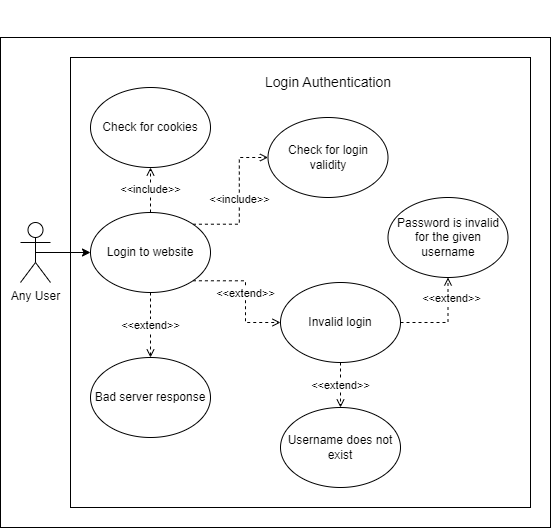
Before: docs/useCases/figs/UseCase4.png, a diagram exported from draw.io (CS3450-Group9/Dans-AutoBarn). Source tidied: cells renumbered, new cells last; positions are measured from the earlier drawing's top-left corner, leaving out a move shared by most shapes.
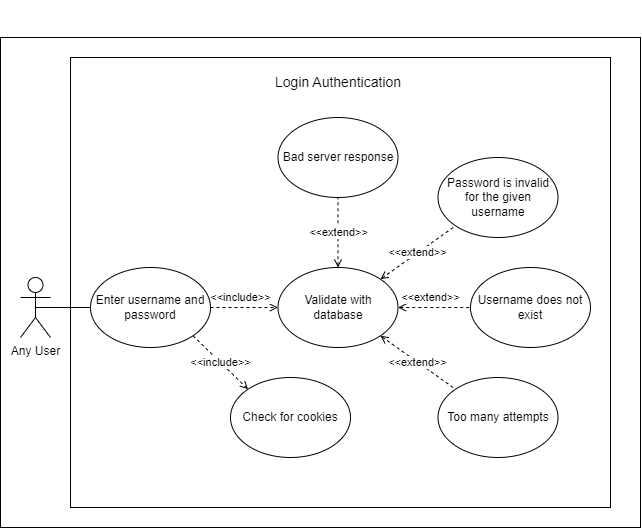
Above is the later version.

Commit message:
Use Case 5 done

Diff of the diagram source:
```diff
@@ -3,10 +3,10 @@
     <mxCell id="0" />
     <mxCell id="1" parent="0" />
     <mxCell id="2" style="rounded=0;whiteSpace=wrap;html=1;" parent="1" vertex="1">
-      <mxGeometry y="30" width="550" height="490" as="geometry" />
+      <mxGeometry x="-10" y="30" width="640" height="490" as="geometry" />
     </mxCell>
     <mxCell id="3" style="rounded=0;whiteSpace=wrap;html=1;" parent="1" vertex="1">
-      <mxGeometry x="70" y="50" width="460" height="450" as="geometry" />
+      <mxGeometry x="60" y="50" width="540" height="450" as="geometry" />
     </mxCell>
     <mxCell id="4" value="&lt;font style=&quot;font-size: 14px;&quot;&gt;Login Authentication&lt;/font&gt;" style="text;whiteSpace=wrap;html=1;align=center;" parent="1" vertex="1">
       <mxGeometry x="227.5" y="60" width="200" height="40" as="geometry" />
@@ -17,52 +17,50 @@
         <mxPoint x="295" as="targetPoint" />
       </mxGeometry>
     </mxCell>
+    <mxCell id="7" style="edgeStyle=none;rounded=0;jettySize=auto;html=1;exitX=0.5;exitY=0.5;exitDx=0;exitDy=0;exitPerimeter=0;entryX=0;entryY=0.5;entryDx=0;entryDy=0;endArrow=none;endFill=0;" parent="1" edge="1" source="6" target="12">
+      <mxGeometry relative="1" as="geometry" />
+    </mxCell>
     <mxCell id="6" value="Any User" style="shape=umlActor;verticalLabelPosition=bottom;verticalAlign=top;html=1;outlineConnect=0;" parent="1" vertex="1">
-      <mxGeometry x="20" y="215" width="30" height="60" as="geometry" />
+      <mxGeometry x="10" y="270" width="30" height="60" as="geometry" />
     </mxCell>
-    <mxCell id="7" style="edgeStyle=orthogonalEdgeStyle;rounded=0;jettySize=auto;html=1;exitX=0.5;exitY=0.5;exitDx=0;exitDy=0;exitPerimeter=0;entryX=0;entryY=0.5;entryDx=0;entryDy=0;" parent="1" edge="1" source="6" target="12">
-      <mxGeometry relative="1" as="geometry" />
-    </mxCell>
-    <mxCell id="8" value="&amp;lt;&amp;lt;include&amp;gt;&amp;gt;" style="edgeStyle=orthogonalEdgeStyle;rounded=0;jettySize=auto;html=1;exitX=1;exitY=0;exitDx=0;exitDy=0;entryX=0;entryY=0.5;entryDx=0;entryDy=0;dashed=1;endArrow=open;endFill=0;" parent="1" edge="1" source="12" target="13">
-      <mxGeometry relative="1" as="geometry" />
+    <mxCell id="8" value="&amp;lt;&amp;lt;include&amp;gt;&amp;gt;" style="edgeStyle=none;rounded=0;jettySize=auto;html=1;exitX=1;exitY=0.5;exitDx=0;exitDy=0;entryX=0;entryY=0.5;entryDx=0;entryDy=0;endArrow=open;endFill=0;dashed=1;" parent="1" edge="1" source="12" target="13">
+      <mxGeometry x="-0.11" y="10" relative="1" as="geometry" />
     </mxCell>
-    <mxCell id="9" value="&amp;lt;&amp;lt;extend&amp;gt;&amp;gt;" style="edgeStyle=orthogonalEdgeStyle;rounded=0;jettySize=auto;html=1;exitX=1;exitY=1;exitDx=0;exitDy=0;entryX=0;entryY=0.5;entryDx=0;entryDy=0;dashed=1;endArrow=open;endFill=0;" parent="1" edge="1" source="12" target="16">
-      <mxGeometry relative="1" as="geometry" />
-    </mxCell>
-    <mxCell id="10" value="&amp;lt;&amp;lt;extend&amp;gt;&amp;gt;" style="edgeStyle=orthogonalEdgeStyle;rounded=0;jettySize=auto;html=1;exitX=0.5;exitY=1;exitDx=0;exitDy=0;entryX=0.5;entryY=0;entryDx=0;entryDy=0;dashed=1;endArrow=open;endFill=0;" parent="1" edge="1" source="12" target="17">
-      <mxGeometry relative="1" as="geometry" />
-    </mxCell>
-    <mxCell id="11" value="&amp;lt;&amp;lt;include&amp;gt;&amp;gt;" style="edgeStyle=orthogonalEdgeStyle;rounded=0;jettySize=auto;html=1;exitX=0.5;exitY=0;exitDx=0;exitDy=0;entryX=0.5;entryY=1;entryDx=0;entryDy=0;dashed=1;endArrow=open;endFill=0;" parent="1" edge="1" source="12" target="20">
+    <mxCell id="11" value="&amp;lt;&amp;lt;include&amp;gt;&amp;gt;" style="edgeStyle=none;rounded=0;jettySize=auto;html=1;exitX=1;exitY=1;exitDx=0;exitDy=0;entryX=0;entryY=0;entryDx=0;entryDy=0;dashed=1;startArrow=none;startFill=0;endArrow=open;endFill=0;" parent="1" edge="1" source="12" target="20">
       <mxGeometry relative="1" as="geometry" />
     </mxCell>
-    <mxCell id="12" value="Login to website" style="ellipse;whiteSpace=wrap;html=1;" parent="1" vertex="1">
-      <mxGeometry x="90" y="205" width="120" height="80" as="geometry" />
+    <mxCell id="12" value="Enter username and password" style="ellipse;whiteSpace=wrap;html=1;" parent="1" vertex="1">
+      <mxGeometry x="80" y="260" width="120" height="80" as="geometry" />
     </mxCell>
+    <mxCell id="21" value="&amp;lt;&amp;lt;extend&amp;gt;&amp;gt;" style="edgeStyle=orthogonalEdgeStyle;rounded=0;jettySize=auto;html=1;exitX=0.5;exitY=0;exitDx=0;exitDy=0;entryX=0.5;entryY=1;entryDx=0;entryDy=0;dashed=1;endArrow=none;endFill=0;startArrow=open;startFill=0;" parent="1" edge="1" source="13" target="17">
+      <mxGeometry relative="1" as="geometry" />
+    </mxCell>
+    <mxCell id="22" value="&amp;lt;&amp;lt;extend&amp;gt;&amp;gt;" style="rounded=0;jettySize=auto;html=1;exitX=1;exitY=0;exitDx=0;exitDy=0;entryX=0;entryY=1;entryDx=0;entryDy=0;dashed=1;endArrow=none;endFill=0;startArrow=open;startFill=0;" parent="1" edge="1" source="13" target="19">
+      <mxGeometry relative="1" as="geometry" />
+    </mxCell>
+    <mxCell id="23" value="&amp;lt;&amp;lt;extend&amp;gt;&amp;gt;" style="edgeStyle=orthogonalEdgeStyle;rounded=0;jettySize=auto;html=1;exitX=1;exitY=0.5;exitDx=0;exitDy=0;entryX=0;entryY=0.5;entryDx=0;entryDy=0;dashed=1;endArrow=none;endFill=0;startArrow=open;startFill=0;" parent="1" edge="1" source="13" target="18">
+      <mxGeometry x="-0.1" y="10" relative="1" as="geometry" />
+    </mxCell>
+    <mxCell id="24" value="&amp;lt;&amp;lt;extend&amp;gt;&amp;gt;" style="rounded=0;jettySize=auto;html=1;exitX=1;exitY=1;exitDx=0;exitDy=0;entryX=0;entryY=0;entryDx=0;entryDy=0;dashed=1;endArrow=none;endFill=0;startArrow=open;startFill=0;" parent="1" edge="1" source="13" target="16">
+      <mxGeometry relative="1" as="geometry" />
+    </mxCell>
-    <mxCell id="13" value="Check for login validity" style="ellipse;whiteSpace=wrap;html=1;" parent="1" vertex="1">
-      <mxGeometry x="267.5" y="110" width="120" height="80" as="geometry" />
+    <mxCell id="13" value="Validate with database" style="ellipse;whiteSpace=wrap;html=1;" parent="1" vertex="1">
+      <mxGeometry x="267.5" y="260" width="120" height="80" as="geometry" />
     </mxCell>
-    <mxCell id="14" value="&amp;lt;&amp;lt;extend&amp;gt;&amp;gt;" style="edgeStyle=orthogonalEdgeStyle;rounded=0;jettySize=auto;html=1;exitX=0.5;exitY=1;exitDx=0;exitDy=0;entryX=0.5;entryY=0;entryDx=0;entryDy=0;dashed=1;endArrow=open;endFill=0;" parent="1" edge="1" source="16" target="18">
-      <mxGeometry relative="1" as="geometry" />
-    </mxCell>
-    <mxCell id="15" value="&amp;lt;&amp;lt;extend&amp;gt;&amp;gt;" style="edgeStyle=orthogonalEdgeStyle;rounded=0;jettySize=auto;html=1;exitX=1;exitY=0.5;exitDx=0;exitDy=0;entryX=0.5;entryY=1;entryDx=0;entryDy=0;dashed=1;endArrow=open;endFill=0;" parent="1" edge="1" source="16" target="19">
-      <mxGeometry x="0.57" y="-2" relative="1" as="geometry">
-        <mxPoint x="1" y="1" as="offset" />
-      </mxGeometry>
-    </mxCell>
-    <mxCell id="16" value="Invalid login" style="ellipse;whiteSpace=wrap;html=1;" parent="1" vertex="1">
-      <mxGeometry x="280" y="275" width="120" height="80" as="geometry" />
+    <mxCell id="16" value="Too many attempts" style="ellipse;whiteSpace=wrap;html=1;" parent="1" vertex="1">
+      <mxGeometry x="427.5" y="370" width="120" height="80" as="geometry" />
     </mxCell>
     <mxCell id="17" value="Bad server response" style="ellipse;whiteSpace=wrap;html=1;" parent="1" vertex="1">
-      <mxGeometry x="90" y="350" width="120" height="80" as="geometry" />
+      <mxGeometry x="267.5" y="110" width="120" height="80" as="geometry" />
     </mxCell>
     <mxCell id="18" value="Username does not exist" style="ellipse;whiteSpace=wrap;html=1;" parent="1" vertex="1">
-      <mxGeometry x="280" y="400" width="120" height="80" as="geometry" />
+      <mxGeometry x="460" y="260" width="120" height="80" as="geometry" />
     </mxCell>
     <mxCell id="19" value="Password is invalid for the given username" style="ellipse;whiteSpace=wrap;html=1;" parent="1" vertex="1">
-      <mxGeometry x="387.5" y="190" width="120" height="80" as="geometry" />
+      <mxGeometry x="427.5" y="150" width="120" height="80" as="geometry" />
     </mxCell>
     <mxCell id="20" value="Check for cookies" style="ellipse;whiteSpace=wrap;html=1;" parent="1" vertex="1">
-      <mxGeometry x="90" y="80" width="120" height="80" as="geometry" />
+      <mxGeometry x="220" y="370" width="120" height="80" as="geometry" />
     </mxCell>
   </root>
 </mxGraphModel>
```
